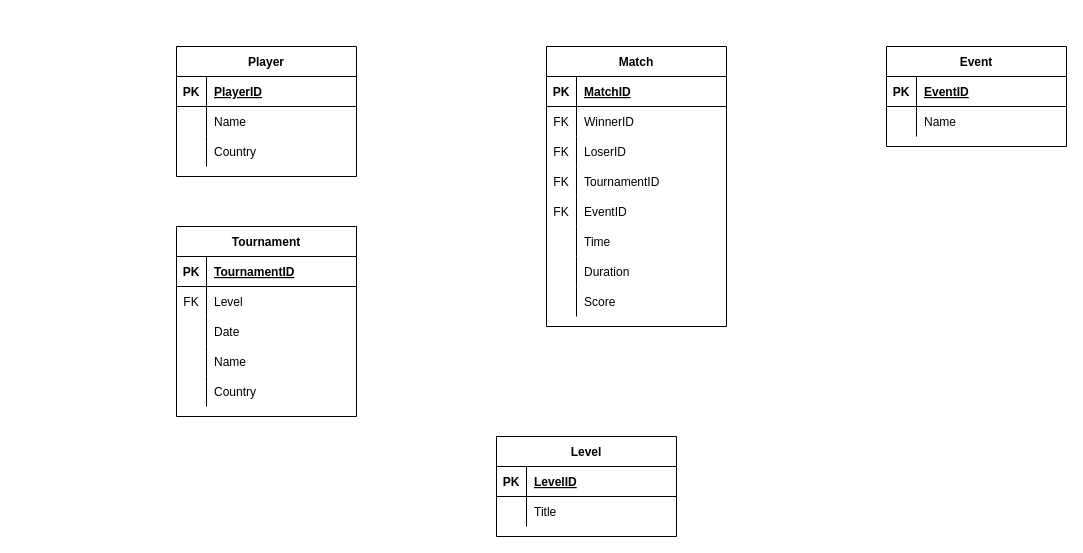
oscarlaaaa/badminton-api keeps this draw.io diagram as bwfapi/web_scraper/db/bwf_schema.drawio. Above is the earlier version. Source tidied: cells renumbered, new cells numbered last; positions are measured from the earlier drawing's top-left corner, leaving out a move shared by most shapes. Both pictures are drawn from the tidied source at 100%, with x=0, y=0 at pixel (176, 46).
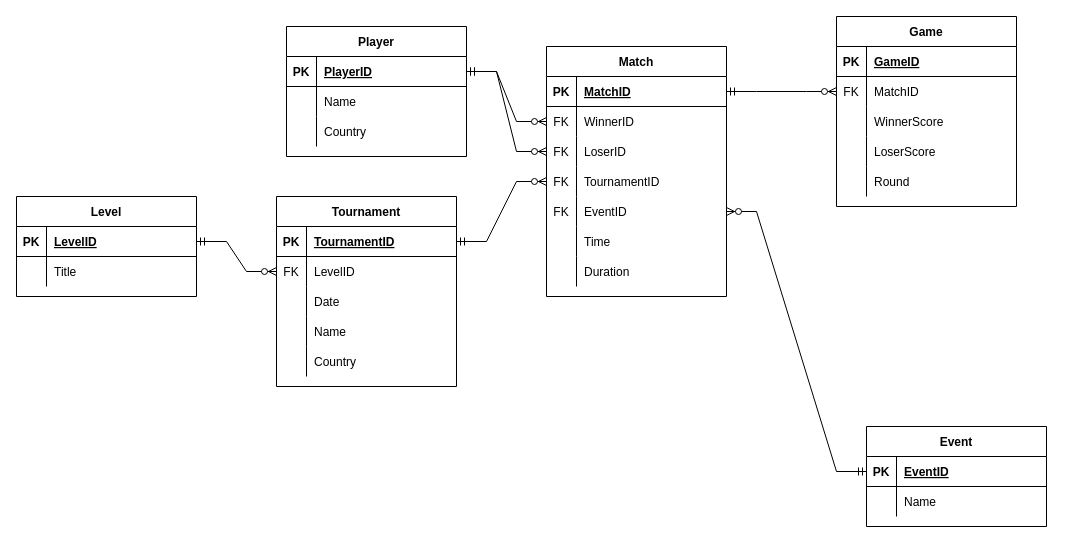
Above is the later version.

Unchanged cells that the change refers to:
```xml
<mxCell id="3" style="shape=partialRectangle;fillColor=none;top=0;left=0;bottom=1;right=0;points=[[0,0.5],[1,0.5]];portConstraint=eastwest;" parent="2" vertex="1">
  <mxGeometry y="30" width="180" height="30" as="geometry" />
</mxCell>
<mxCell id="6" style="shape=partialRectangle;fillColor=none;top=0;left=0;bottom=0;right=0;points=[[0,0.5],[1,0.5]];portConstraint=eastwest;" parent="2" vertex="1">
  <mxGeometry y="60" width="180" height="30" as="geometry" />
</mxCell>
<mxCell id="9" style="shape=partialRectangle;fillColor=none;top=0;left=0;bottom=0;right=0;points=[[0,0.5],[1,0.5]];portConstraint=eastwest;" parent="2" vertex="1">
  <mxGeometry y="90" width="180" height="30" as="geometry" />
</mxCell>
<mxCell id="12" style="shape=partialRectangle;fillColor=none;top=0;left=0;bottom=0;right=0;points=[[0,0.5],[1,0.5]];portConstraint=eastwest;" parent="2" vertex="1">
  <mxGeometry y="120" width="180" height="30" as="geometry" />
</mxCell>
<mxCell id="15" style="shape=partialRectangle;fillColor=none;top=0;left=0;bottom=0;right=0;points=[[0,0.5],[1,0.5]];portConstraint=eastwest;" parent="2" vertex="1">
  <mxGeometry y="150" width="180" height="30" as="geometry" />
</mxCell>
<mxCell id="28" style="shape=partialRectangle;fillColor=none;top=0;left=0;bottom=1;right=0;points=[[0,0.5],[1,0.5]];portConstraint=eastwest;" parent="27" vertex="1">
  <mxGeometry y="30" width="180" height="30" as="geometry" />
</mxCell>
<mxCell id="31" style="shape=partialRectangle;fillColor=none;top=0;left=0;bottom=0;right=0;points=[[0,0.5],[1,0.5]];portConstraint=eastwest;" parent="27" vertex="1">
  <mxGeometry y="60" width="180" height="30" as="geometry" />
</mxCell>
<mxCell id="44" style="shape=partialRectangle;fillColor=none;top=0;left=0;bottom=1;right=0;points=[[0,0.5],[1,0.5]];portConstraint=eastwest;" parent="43" vertex="1">
  <mxGeometry y="30" width="180" height="30" as="geometry" />
</mxCell>
<mxCell id="54" style="shape=partialRectangle;fillColor=none;top=0;left=0;bottom=1;right=0;points=[[0,0.5],[1,0.5]];portConstraint=eastwest;" parent="53" vertex="1">
  <mxGeometry y="30" width="180" height="30" as="geometry" />
</mxCell>
<mxCell id="61" style="shape=partialRectangle;fillColor=none;top=0;left=0;bottom=1;right=0;points=[[0,0.5],[1,0.5]];portConstraint=eastwest;" parent="60" vertex="1">
  <mxGeometry y="30" width="180" height="30" as="geometry" />
</mxCell>
```

What changed in the source:
```diff
@@
     <mxCell id="2" value="Match" style="shape=table;startSize=30;childLayout=tableLayout;rowLines=0;fontStyle=1;align=center;" parent="1" vertex="1">
-      <mxGeometry x="370" width="180" height="280" as="geometry" />
+      <mxGeometry x="370" width="180" height="250" as="geometry" />
     </mxCell>
@@
-    <mxCell id="24" style="shape=partialRectangle;fillColor=none;top=0;left=0;bottom=0;right=0;" parent="2" vertex="1">
-      <mxGeometry y="240" width="180" height="30" as="geometry" />
-    </mxCell>
-    <mxCell id="25" style="shape=partialRectangle;fillColor=none;top=0;left=0;bottom=0;right=0;overflow=hidden;" parent="24" vertex="1">
-      <mxGeometry width="30" height="30" as="geometry" />
-    </mxCell>
-    <mxCell id="26" value="Score" style="shape=partialRectangle;fillColor=none;top=0;left=0;bottom=0;right=0;align=left;spacingLeft=6;overflow=hidden;" parent="24" vertex="1">
-      <mxGeometry x="30" width="150" height="30" as="geometry" />
-    </mxCell>
     <mxCell id="27" value="Tournament" style="shape=table;startSize=30;childLayout=tableLayout;rowLines=0;fontStyle=1;align=center;" parent="1" vertex="1">
-      <mxGeometry y="180" width="180" height="190" as="geometry" />
+      <mxGeometry x="100" y="150" width="180" height="190" as="geometry" />
     </mxCell>
@@
-    <mxCell id="33" value="Level" style="shape=partialRectangle;fillColor=none;top=0;left=0;bottom=0;right=0;align=left;spacingLeft=6;overflow=hidden;" parent="31" vertex="1">
+    <mxCell id="33" value="LevelID" style="shape=partialRectangle;fillColor=none;top=0;left=0;bottom=0;right=0;align=left;spacingLeft=6;overflow=hidden;" parent="31" vertex="1">
       <mxGeometry x="30" width="150" height="30" as="geometry" />
     </mxCell>
@@
     <mxCell id="43" value="Player" style="shape=table;startSize=30;childLayout=tableLayout;rowLines=0;fontStyle=1;align=center;" parent="1" vertex="1">
-      <mxGeometry width="180" height="130" as="geometry" />
+      <mxGeometry x="110" y="-20" width="180" height="130" as="geometry" />
     </mxCell>
@@
     <mxCell id="53" value="Event" style="shape=table;startSize=30;childLayout=tableLayout;rowLines=0;fontStyle=1;align=center;" parent="1" vertex="1">
-      <mxGeometry x="710" width="180" height="100" as="geometry" />
+      <mxGeometry x="690" y="380" width="180" height="100" as="geometry" />
     </mxCell>
@@
     <mxCell id="60" value="Level" style="shape=table;startSize=30;childLayout=tableLayout;rowLines=0;fontStyle=1;align=center;" parent="1" vertex="1">
-      <mxGeometry x="320" y="390" width="180" height="100" as="geometry" />
+      <mxGeometry x="-160" y="150" width="180" height="100" as="geometry" />
     </mxCell>
@@
+    <mxCell id="67" value="Game" style="shape=table;startSize=30;childLayout=tableLayout;rowLines=0;fontStyle=1;align=center;" parent="1" vertex="1">
+      <mxGeometry x="660" y="-30" width="180" height="190" as="geometry" />
+    </mxCell>
+    <mxCell id="68" style="shape=partialRectangle;fillColor=none;top=0;left=0;bottom=1;right=0;" parent="67" vertex="1">
+      <mxGeometry y="30" width="180" height="30" as="geometry" />
+    </mxCell>
+    <mxCell id="69" value="PK" style="shape=partialRectangle;fillColor=none;top=0;left=0;bottom=0;right=0;fontStyle=1;overflow=hidden;" parent="68" vertex="1">
+      <mxGeometry width="30" height="30" as="geometry" />
+    </mxCell>
+    <mxCell id="70" value="GameID" style="shape=partialRectangle;fillColor=none;top=0;left=0;bottom=0;right=0;align=left;spacingLeft=6;fontStyle=5;overflow=hidden;" parent="68" vertex="1">
+      <mxGeometry x="30" width="150" height="30" as="geometry" />
+    </mxCell>
+    <mxCell id="71" style="shape=partialRectangle;fillColor=none;top=0;left=0;bottom=0;right=0;points=[[0,0.5],[1,0.5]];portConstraint=eastwest;" parent="67" vertex="1">
+      <mxGeometry y="60" width="180" height="30" as="geometry" />
+    </mxCell>
+    <mxCell id="72" value="FK" style="shape=partialRectangle;fillColor=none;top=0;left=0;bottom=0;right=0;overflow=hidden;" parent="71" vertex="1">
+      <mxGeometry width="30" height="30" as="geometry" />
+    </mxCell>
+    <mxCell id="73" value="MatchID" style="shape=partialRectangle;fillColor=none;top=0;left=0;bottom=0;right=0;align=left;spacingLeft=6;overflow=hidden;" parent="71" vertex="1">
+      <mxGeometry x="30" width="150" height="30" as="geometry" />
+    </mxCell>
+    <mxCell id="74" style="shape=partialRectangle;fillColor=none;top=0;left=0;bottom=0;right=0;" parent="67" vertex="1">
+      <mxGeometry y="90" width="180" height="30" as="geometry" />
+    </mxCell>
+    <mxCell id="75" style="shape=partialRectangle;fillColor=none;top=0;left=0;bottom=0;right=0;overflow=hidden;" parent="74" vertex="1">
+      <mxGeometry width="30" height="30" as="geometry" />
+    </mxCell>
+    <mxCell id="76" value="WinnerScore" style="shape=partialRectangle;fillColor=none;top=0;left=0;bottom=0;right=0;align=left;spacingLeft=6;overflow=hidden;" parent="74" vertex="1">
+      <mxGeometry x="30" width="150" height="30" as="geometry" />
+    </mxCell>
+    <mxCell id="77" style="shape=partialRectangle;fillColor=none;top=0;left=0;bottom=0;right=0;" parent="67" vertex="1">
+      <mxGeometry y="120" width="180" height="30" as="geometry" />
+    </mxCell>
+    <mxCell id="78" style="shape=partialRectangle;fillColor=none;top=0;left=0;bottom=0;right=0;overflow=hidden;" parent="77" vertex="1">
+      <mxGeometry width="30" height="30" as="geometry" />
+    </mxCell>
+    <mxCell id="79" value="LoserScore" style="shape=partialRectangle;fillColor=none;top=0;left=0;bottom=0;right=0;align=left;spacingLeft=6;overflow=hidden;" parent="77" vertex="1">
+      <mxGeometry x="30" width="150" height="30" as="geometry" />
+    </mxCell>
+    <mxCell id="80" style="shape=partialRectangle;fillColor=none;top=0;left=0;bottom=0;right=0;" parent="67" vertex="1">
+      <mxGeometry y="150" width="180" height="30" as="geometry" />
+    </mxCell>
+    <mxCell id="81" style="shape=partialRectangle;fillColor=none;top=0;left=0;bottom=0;right=0;overflow=hidden;" parent="80" vertex="1">
+      <mxGeometry width="30" height="30" as="geometry" />
+    </mxCell>
+    <mxCell id="82" value="Round" style="shape=partialRectangle;fillColor=none;top=0;left=0;bottom=0;right=0;align=left;spacingLeft=6;overflow=hidden;" parent="80" vertex="1">
+      <mxGeometry x="30" width="150" height="30" as="geometry" />
+    </mxCell>
+    <mxCell id="83" style="edgeStyle=entityRelationEdgeStyle;fontSize=12;html=1;endArrow=ERzeroToMany;startArrow=ERmandOne;rounded=0;entryX=0;entryY=0.5;entryDx=0;entryDy=0;" parent="1" edge="1" source="44" target="6">
+      <mxGeometry relative="1" as="geometry" />
+    </mxCell>
+    <mxCell id="84" style="edgeStyle=entityRelationEdgeStyle;fontSize=12;html=1;endArrow=ERzeroToMany;startArrow=ERmandOne;rounded=0;" parent="1" edge="1" source="44" target="9">
+      <mxGeometry relative="1" as="geometry" />
+    </mxCell>
+    <mxCell id="85" style="edgeStyle=entityRelationEdgeStyle;fontSize=12;html=1;endArrow=ERzeroToMany;startArrow=ERmandOne;rounded=0;" parent="1" edge="1" source="61" target="31">
+      <mxGeometry relative="1" as="geometry" />
+    </mxCell>
+    <mxCell id="86" style="edgeStyle=entityRelationEdgeStyle;fontSize=12;html=1;endArrow=ERzeroToMany;startArrow=ERmandOne;rounded=0;" parent="1" edge="1" source="28" target="12">
+      <mxGeometry relative="1" as="geometry" />
+    </mxCell>
+    <mxCell id="87" style="edgeStyle=entityRelationEdgeStyle;fontSize=12;html=1;endArrow=ERzeroToMany;startArrow=ERmandOne;rounded=0;exitX=0;exitY=0.5;exitDx=0;exitDy=0;" parent="1" edge="1" source="54" target="15">
+      <mxGeometry relative="1" as="geometry" />
+    </mxCell>
+    <mxCell id="88" style="edgeStyle=entityRelationEdgeStyle;fontSize=12;html=1;endArrow=ERzeroToMany;startArrow=ERmandOne;rounded=0;exitX=1;exitY=0.5;exitDx=0;exitDy=0;" parent="1" edge="1" source="3" target="71">
+      <mxGeometry relative="1" as="geometry" />
+    </mxCell>
```
